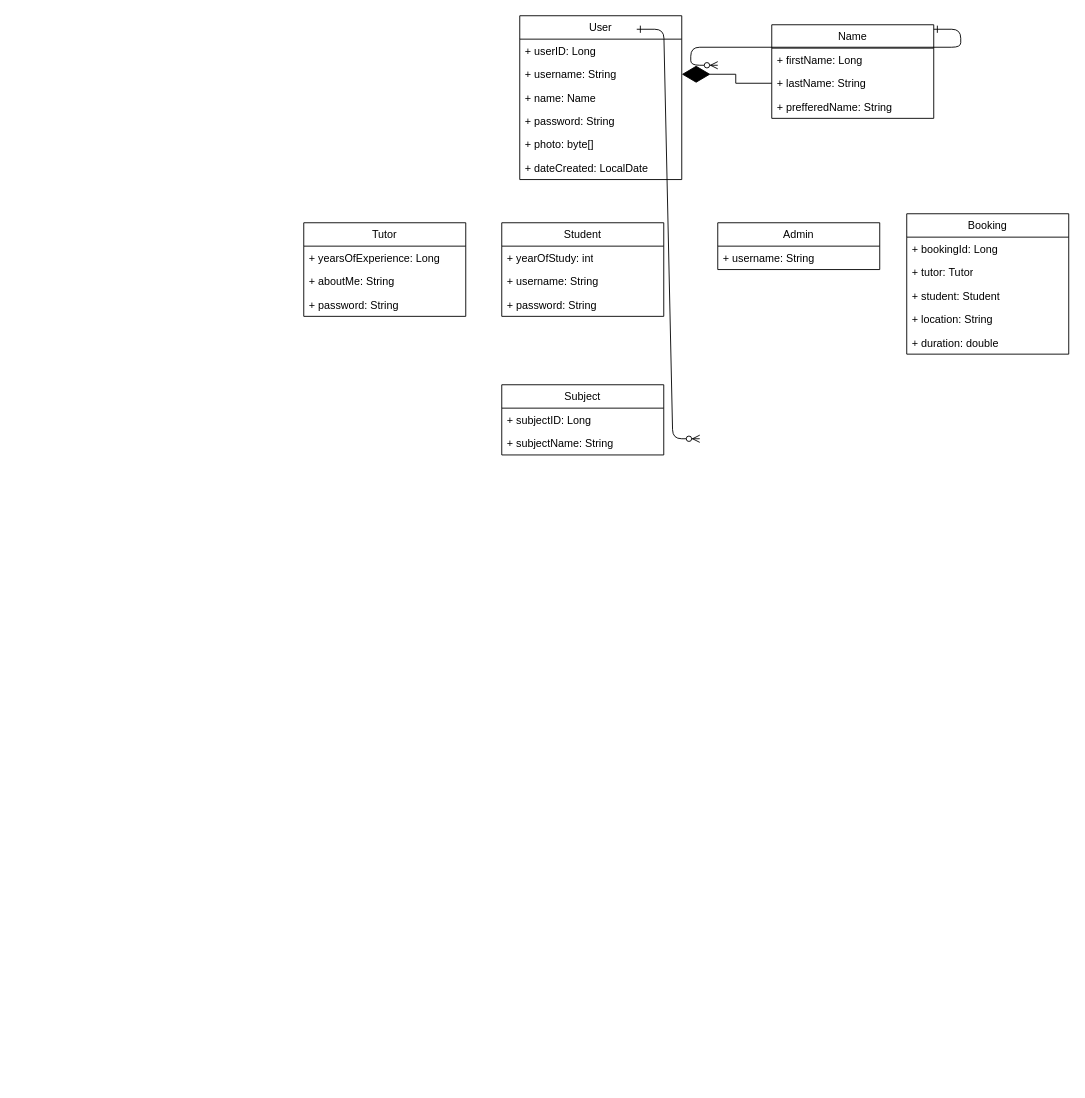
The draw.io diagram Untitled Diagram.drawio in 20Mphumzi16/TutorScheduleApplication, before the edit. Source tidied: cells renumbered, new cells numbered last; positions are measured from the earlier drawing's top-left corner, leaving out a move shared by most shapes. Both pictures are drawn from the tidied source at 90%, with x=0, y=0 at pixel (303, 15).
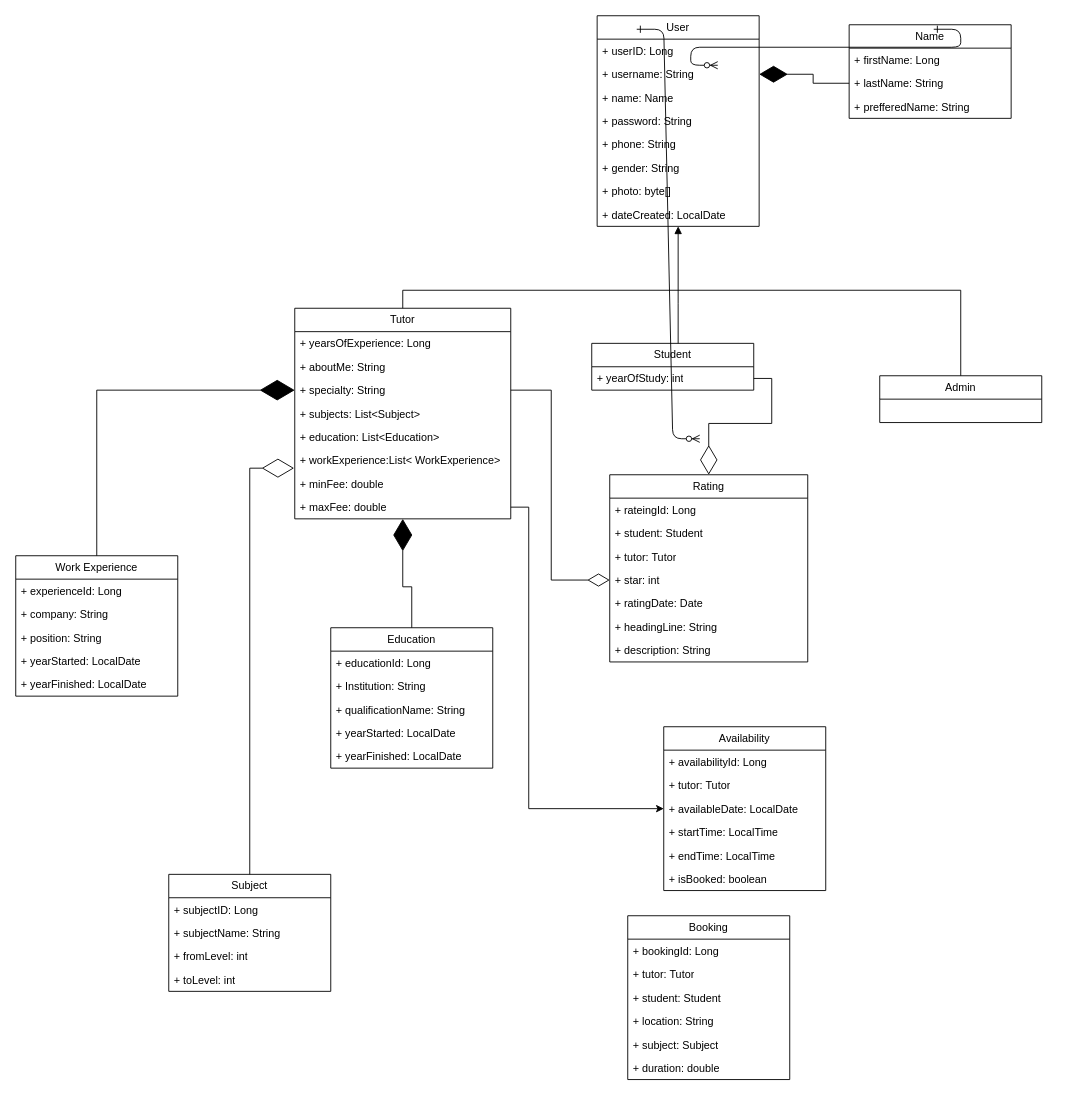
The same diagram, later.

Unchanged cells that the change refers to:
```xml
<mxCell id="13" value="+ yearOfStudy: int" style="text;strokeColor=none;fillColor=none;align=left;verticalAlign=top;spacingLeft=4;spacingRight=4;overflow=hidden;points=[[0,0.5],[1,0.5]];portConstraint=eastwest;whiteSpace=wrap;html=1;" parent="12" vertex="1">
  <mxGeometry y="26" width="180" height="26" as="geometry" />
</mxCell>
```

What changed in the source:
```diff
@@
+    <mxCell id="36" style="edgeStyle=orthogonalEdgeStyle;rounded=0;jettySize=auto;html=1;endArrow=none;startFill=1;startArrow=block;" parent="1" edge="1" source="5" target="12">
+      <mxGeometry relative="1" as="geometry">
+        <Array as="points">
+          <mxPoint x="416" y="320" />
+          <mxPoint x="416" y="320" />
+        </Array>
+      </mxGeometry>
+    </mxCell>
     <mxCell id="5" value="User" style="swimlane;fontStyle=0;horizontal=1;startSize=26;fillColor=none;whiteSpace=wrap;html=1;" parent="1" vertex="1">
-      <mxGeometry x="240" width="180" height="182" as="geometry" />
+      <mxGeometry x="326" width="180" height="234" as="geometry" />
     </mxCell>
@@
+    <mxCell id="37" value="+ phone: String" style="text;strokeColor=none;fillColor=none;align=left;verticalAlign=top;spacingLeft=4;spacingRight=4;overflow=hidden;whiteSpace=wrap;html=1;" parent="5" vertex="1">
+      <mxGeometry y="130" width="180" height="26" as="geometry" />
+    </mxCell>
+    <mxCell id="38" value="+ gender: String" style="text;strokeColor=none;fillColor=none;align=left;verticalAlign=top;spacingLeft=4;spacingRight=4;overflow=hidden;whiteSpace=wrap;html=1;" parent="5" vertex="1">
+      <mxGeometry y="156" width="180" height="26" as="geometry" />
+    </mxCell>
     <mxCell id="10" value="+ photo: byte[]" style="text;strokeColor=none;fillColor=none;align=left;verticalAlign=top;spacingLeft=4;spacingRight=4;overflow=hidden;whiteSpace=wrap;html=1;" parent="5" vertex="1">
-      <mxGeometry y="130" width="180" height="26" as="geometry" />
+      <mxGeometry y="182" width="180" height="26" as="geometry" />
     </mxCell>
     <mxCell id="11" value="+ dateCreated: LocalDate" style="text;strokeColor=none;fillColor=none;align=left;verticalAlign=top;spacingLeft=4;spacingRight=4;overflow=hidden;whiteSpace=wrap;html=1;" parent="5" vertex="1">
-      <mxGeometry y="156" width="180" height="26" as="geometry" />
+      <mxGeometry y="208" width="180" height="26" as="geometry" />
     </mxCell>
     <mxCell id="12" value="Student" style="swimlane;fontStyle=0;horizontal=1;startSize=26;fillColor=none;whiteSpace=wrap;html=1;" parent="1" vertex="1">
-      <mxGeometry x="220" y="230" width="180" height="104" as="geometry" />
+      <mxGeometry x="320" y="364" width="180" height="52" as="geometry" />
     </mxCell>
@@
-    <mxCell id="14" value="+ username: String" style="text;strokeColor=none;fillColor=none;align=left;verticalAlign=top;spacingLeft=4;spacingRight=4;overflow=hidden;whiteSpace=wrap;html=1;" parent="12" vertex="1">
-      <mxGeometry y="52" width="180" height="26" as="geometry" />
-    </mxCell>
-    <mxCell id="15" value="+ password: String" style="text;strokeColor=none;fillColor=none;align=left;verticalAlign=top;spacingLeft=4;spacingRight=4;overflow=hidden;whiteSpace=wrap;html=1;" parent="12" vertex="1">
-      <mxGeometry y="78" width="180" height="26" as="geometry" />
-    </mxCell>
     <mxCell id="16" value="Admin" style="swimlane;fontStyle=0;horizontal=1;startSize=26;fillColor=none;whiteSpace=wrap;html=1;" parent="1" vertex="1">
-      <mxGeometry x="460" y="230" width="180" height="52" as="geometry" />
+      <mxGeometry x="640" y="400" width="180" height="52" as="geometry" />
     </mxCell>
-    <mxCell id="17" value="+ username: String" style="text;strokeColor=none;fillColor=none;align=left;verticalAlign=top;spacingLeft=4;spacingRight=4;overflow=hidden;whiteSpace=wrap;html=1;" parent="16" vertex="1">
-      <mxGeometry y="26" width="180" height="26" as="geometry" />
-    </mxCell>
+    <mxCell id="39" style="edgeStyle=orthogonalEdgeStyle;rounded=0;jettySize=auto;html=1;entryX=0.5;entryY=0;entryDx=0;entryDy=0;endArrow=none;startFill=1;startArrow=diamondThin;targetPerimeterSpacing=8;sourcePerimeterSpacing=0;startSize=33;" parent="1" edge="1" source="18" target="50">
+      <mxGeometry relative="1" as="geometry" />
+    </mxCell>
+    <mxCell id="40" style="edgeStyle=orthogonalEdgeStyle;rounded=0;jettySize=auto;html=1;exitX=0.5;exitY=0;exitDx=0;exitDy=0;entryX=0.5;entryY=0;entryDx=0;entryDy=0;endArrow=none;startFill=0;" parent="1" edge="1" source="18" target="16">
+      <mxGeometry relative="1" as="geometry" />
+    </mxCell>
     <mxCell id="18" value="Tutor" style="swimlane;fontStyle=0;horizontal=1;startSize=26;fillColor=none;whiteSpace=wrap;html=1;" parent="1" vertex="1">
-      <mxGeometry y="230" width="180" height="104" as="geometry" />
+      <mxGeometry x="-10" y="325" width="240" height="234" as="geometry" />
     </mxCell>
     <mxCell id="19" value="+ yearsOfExperience: Long" style="text;strokeColor=none;fillColor=none;align=left;verticalAlign=top;spacingLeft=4;spacingRight=4;overflow=hidden;whiteSpace=wrap;html=1;" parent="18" vertex="1">
-      <mxGeometry y="26" width="180" height="26" as="geometry" />
+      <mxGeometry y="26" width="240" height="26" as="geometry" />
     </mxCell>
     <mxCell id="20" value="+ aboutMe: String" style="text;strokeColor=none;fillColor=none;align=left;verticalAlign=top;spacingLeft=4;spacingRight=4;overflow=hidden;whiteSpace=wrap;html=1;" parent="18" vertex="1">
-      <mxGeometry y="52" width="180" height="26" as="geometry" />
+      <mxGeometry y="52" width="240" height="26" as="geometry" />
     </mxCell>
-    <mxCell id="21" value="+ password: String" style="text;strokeColor=none;fillColor=none;align=left;verticalAlign=top;spacingLeft=4;spacingRight=4;overflow=hidden;whiteSpace=wrap;html=1;" parent="18" vertex="1">
-      <mxGeometry y="78" width="180" height="26" as="geometry" />
-    </mxCell>
+    <mxCell id="41" value="+ specialty: String" style="text;strokeColor=none;fillColor=none;align=left;verticalAlign=top;spacingLeft=4;spacingRight=4;overflow=hidden;points=[[0,0.5],[1,0.5]];portConstraint=eastwest;whiteSpace=wrap;html=1;" parent="18" vertex="1">
+      <mxGeometry y="78" width="240" height="26" as="geometry" />
+    </mxCell>
+    <mxCell id="42" value="+ subjects: List&amp;lt;Subject&amp;gt;" style="text;strokeColor=none;fillColor=none;align=left;verticalAlign=top;spacingLeft=4;spacingRight=4;overflow=hidden;whiteSpace=wrap;html=1;" parent="18" vertex="1">
+      <mxGeometry y="104" width="240" height="26" as="geometry" />
+    </mxCell>
+    <mxCell id="43" value="+ education: List&amp;lt;Education&amp;gt;" style="text;strokeColor=none;fillColor=none;align=left;verticalAlign=top;spacingLeft=4;spacingRight=4;overflow=hidden;whiteSpace=wrap;html=1;" parent="18" vertex="1">
+      <mxGeometry y="130" width="240" height="26" as="geometry" />
+    </mxCell>
+    <mxCell id="44" value="+ workExperience:List&amp;lt; WorkExperience&amp;gt;" style="text;strokeColor=none;fillColor=none;align=left;verticalAlign=top;spacingLeft=4;spacingRight=4;overflow=hidden;whiteSpace=wrap;html=1;" parent="18" vertex="1">
+      <mxGeometry y="156" width="240" height="26" as="geometry" />
+    </mxCell>
+    <mxCell id="45" value="+ minFee: double" style="text;strokeColor=none;fillColor=none;align=left;verticalAlign=top;spacingLeft=4;spacingRight=4;overflow=hidden;points=[[0,0.5],[1,0.5]];portConstraint=eastwest;whiteSpace=wrap;html=1;" parent="18" vertex="1">
+      <mxGeometry y="182" width="240" height="26" as="geometry" />
+    </mxCell>
+    <mxCell id="46" value="+ maxFee: double" style="text;strokeColor=none;fillColor=none;align=left;verticalAlign=top;spacingLeft=4;spacingRight=4;overflow=hidden;points=[[0,0.5],[1,0.5]];portConstraint=eastwest;whiteSpace=wrap;html=1;" parent="18" vertex="1">
+      <mxGeometry y="208" width="240" height="26" as="geometry" />
+    </mxCell>
     <mxCell id="22" value="Subject" style="swimlane;fontStyle=0;horizontal=1;startSize=26;fillColor=none;whiteSpace=wrap;html=1;" parent="1" vertex="1">
-      <mxGeometry x="220" y="410" width="180" height="78" as="geometry" />
+      <mxGeometry x="-150" y="954" width="180" height="130" as="geometry" />
     </mxCell>
@@
+    <mxCell id="47" value="+ fromLevel: int" style="text;strokeColor=none;fillColor=none;align=left;verticalAlign=top;spacingLeft=4;spacingRight=4;overflow=hidden;whiteSpace=wrap;html=1;" parent="22" vertex="1">
+      <mxGeometry y="78" width="180" height="26" as="geometry" />
+    </mxCell>
+    <mxCell id="48" value="+ toLevel: int" style="text;strokeColor=none;fillColor=none;align=left;verticalAlign=top;spacingLeft=4;spacingRight=4;overflow=hidden;whiteSpace=wrap;html=1;" parent="22" vertex="1">
+      <mxGeometry y="104" width="180" height="26" as="geometry" />
+    </mxCell>
     <mxCell id="25" value="Name" style="swimlane;fontStyle=0;horizontal=1;startSize=26;fillColor=none;whiteSpace=wrap;html=1;" parent="1" vertex="1">
-      <mxGeometry x="520" y="10" width="180" height="104" as="geometry" />
+      <mxGeometry x="606" y="10" width="180" height="104" as="geometry" />
     </mxCell>
@@
     <mxCell id="30" value="Booking" style="swimlane;fontStyle=0;horizontal=1;startSize=26;fillColor=none;whiteSpace=wrap;html=1;" parent="1" vertex="1">
-      <mxGeometry x="670" y="220" width="180" height="156" as="geometry" />
+      <mxGeometry x="360" y="1000" width="180" height="182" as="geometry" />
     </mxCell>
@@
+    <mxCell id="49" value="+ subject: Subject" style="text;strokeColor=none;fillColor=none;align=left;verticalAlign=top;spacingLeft=4;spacingRight=4;overflow=hidden;whiteSpace=wrap;html=1;" parent="30" vertex="1">
+      <mxGeometry y="130" width="180" height="26" as="geometry" />
+    </mxCell>
     <mxCell id="35" value="+ duration: double" style="text;strokeColor=none;fillColor=none;align=left;verticalAlign=top;spacingLeft=4;spacingRight=4;overflow=hidden;whiteSpace=wrap;html=1;" parent="30" vertex="1">
-      <mxGeometry y="130" width="180" height="26" as="geometry" />
+      <mxGeometry y="156" width="180" height="26" as="geometry" />
     </mxCell>
+    <mxCell id="50" value="Education" style="swimlane;fontStyle=0;horizontal=1;startSize=26;fillColor=none;whiteSpace=wrap;html=1;" parent="1" vertex="1">
+      <mxGeometry x="30" y="680" width="180" height="156" as="geometry" />
+    </mxCell>
+    <mxCell id="51" value="+ educationId: Long" style="text;strokeColor=none;fillColor=none;align=left;verticalAlign=top;spacingLeft=4;spacingRight=4;overflow=hidden;whiteSpace=wrap;html=1;" parent="50" vertex="1">
+      <mxGeometry y="26" width="180" height="26" as="geometry" />
+    </mxCell>
+    <mxCell id="52" value="+ Institution: String" style="text;strokeColor=none;fillColor=none;align=left;verticalAlign=top;spacingLeft=4;spacingRight=4;overflow=hidden;whiteSpace=wrap;html=1;" parent="50" vertex="1">
+      <mxGeometry y="52" width="180" height="26" as="geometry" />
+    </mxCell>
+    <mxCell id="53" value="+ qualificationName: String" style="text;strokeColor=none;fillColor=none;align=left;verticalAlign=top;spacingLeft=4;spacingRight=4;overflow=hidden;whiteSpace=wrap;html=1;" parent="50" vertex="1">
+      <mxGeometry y="78" width="180" height="26" as="geometry" />
+    </mxCell>
+    <mxCell id="54" value="+ yearStarted: LocalDate" style="text;strokeColor=none;fillColor=none;align=left;verticalAlign=top;spacingLeft=4;spacingRight=4;overflow=hidden;whiteSpace=wrap;html=1;" parent="50" vertex="1">
+      <mxGeometry y="104" width="180" height="26" as="geometry" />
+    </mxCell>
+    <mxCell id="55" value="+ yearFinished: LocalDate" style="text;strokeColor=none;fillColor=none;align=left;verticalAlign=top;spacingLeft=4;spacingRight=4;overflow=hidden;whiteSpace=wrap;html=1;" parent="50" vertex="1">
+      <mxGeometry y="130" width="180" height="26" as="geometry" />
+    </mxCell>
+    <mxCell id="56" value="Availability" style="swimlane;fontStyle=0;horizontal=1;startSize=26;fillColor=none;whiteSpace=wrap;html=1;" parent="1" vertex="1">
+      <mxGeometry x="400" y="790" width="180" height="182" as="geometry" />
+    </mxCell>
+    <mxCell id="57" value="+ availabilityId: Long" style="text;strokeColor=none;fillColor=none;align=left;verticalAlign=top;spacingLeft=4;spacingRight=4;overflow=hidden;whiteSpace=wrap;html=1;" parent="56" vertex="1">
+      <mxGeometry y="26" width="180" height="26" as="geometry" />
+    </mxCell>
+    <mxCell id="58" value="+ tutor: Tutor" style="text;strokeColor=none;fillColor=none;align=left;verticalAlign=top;spacingLeft=4;spacingRight=4;overflow=hidden;whiteSpace=wrap;html=1;" parent="56" vertex="1">
+      <mxGeometry y="52" width="180" height="26" as="geometry" />
+    </mxCell>
+    <mxCell id="59" value="+ availableDate: LocalDate" style="text;strokeColor=none;fillColor=none;align=left;verticalAlign=top;spacingLeft=4;spacingRight=4;overflow=hidden;whiteSpace=wrap;html=1;" parent="56" vertex="1">
+      <mxGeometry y="78" width="180" height="26" as="geometry" />
+    </mxCell>
+    <mxCell id="60" value="+ startTime: LocalTime" style="text;strokeColor=none;fillColor=none;align=left;verticalAlign=top;spacingLeft=4;spacingRight=4;overflow=hidden;whiteSpace=wrap;html=1;" parent="56" vertex="1">
+      <mxGeometry y="104" width="180" height="26" as="geometry" />
+    </mxCell>
+    <mxCell id="61" value="+ endTime: LocalTime" style="text;strokeColor=none;fillColor=none;align=left;verticalAlign=top;spacingLeft=4;spacingRight=4;overflow=hidden;whiteSpace=wrap;html=1;" parent="56" vertex="1">
+      <mxGeometry y="130" width="180" height="26" as="geometry" />
+    </mxCell>
+    <mxCell id="62" value="+ isBooked: boolean" style="text;strokeColor=none;fillColor=none;align=left;verticalAlign=top;spacingLeft=4;spacingRight=4;overflow=hidden;whiteSpace=wrap;html=1;" parent="56" vertex="1">
+      <mxGeometry y="156" width="180" height="26" as="geometry" />
+    </mxCell>
+    <mxCell id="63" style="edgeStyle=orthogonalEdgeStyle;rounded=0;jettySize=auto;html=1;entryX=0;entryY=0.5;entryDx=0;entryDy=0;endArrow=diamondThin;endFill=1;startSize=6;endSize=36;" parent="1" edge="1" source="64" target="41">
+      <mxGeometry relative="1" as="geometry" />
+    </mxCell>
+    <mxCell id="64" value="Work Experience" style="swimlane;fontStyle=0;horizontal=1;startSize=26;fillColor=none;whiteSpace=wrap;html=1;" parent="1" vertex="1">
+      <mxGeometry x="-320" y="600" width="180" height="156" as="geometry" />
+    </mxCell>
+    <mxCell id="65" value="+ experienceId: Long" style="text;strokeColor=none;fillColor=none;align=left;verticalAlign=top;spacingLeft=4;spacingRight=4;overflow=hidden;whiteSpace=wrap;html=1;" parent="64" vertex="1">
+      <mxGeometry y="26" width="180" height="26" as="geometry" />
+    </mxCell>
+    <mxCell id="66" value="+ company: String" style="text;strokeColor=none;fillColor=none;align=left;verticalAlign=top;spacingLeft=4;spacingRight=4;overflow=hidden;whiteSpace=wrap;html=1;" parent="64" vertex="1">
+      <mxGeometry y="52" width="180" height="26" as="geometry" />
+    </mxCell>
+    <mxCell id="67" value="+ position: String" style="text;strokeColor=none;fillColor=none;align=left;verticalAlign=top;spacingLeft=4;spacingRight=4;overflow=hidden;whiteSpace=wrap;html=1;" parent="64" vertex="1">
+      <mxGeometry y="78" width="180" height="26" as="geometry" />
+    </mxCell>
+    <mxCell id="68" value="+ yearStarted: LocalDate" style="text;strokeColor=none;fillColor=none;align=left;verticalAlign=top;spacingLeft=4;spacingRight=4;overflow=hidden;whiteSpace=wrap;html=1;" parent="64" vertex="1">
+      <mxGeometry y="104" width="180" height="26" as="geometry" />
+    </mxCell>
+    <mxCell id="69" value="+ yearFinished: LocalDate" style="text;strokeColor=none;fillColor=none;align=left;verticalAlign=top;spacingLeft=4;spacingRight=4;overflow=hidden;whiteSpace=wrap;html=1;" parent="64" vertex="1">
+      <mxGeometry y="130" width="180" height="26" as="geometry" />
+    </mxCell>
+    <mxCell id="70" value="Rating" style="swimlane;fontStyle=0;horizontal=1;startSize=26;fillColor=none;whiteSpace=wrap;html=1;" parent="1" vertex="1">
+      <mxGeometry x="340" y="510" width="220" height="208" as="geometry" />
+    </mxCell>
+    <mxCell id="71" value="+ rateingId: Long" style="text;strokeColor=none;fillColor=none;align=left;verticalAlign=top;spacingLeft=4;spacingRight=4;overflow=hidden;whiteSpace=wrap;html=1;" parent="70" vertex="1">
+      <mxGeometry y="26" width="220" height="26" as="geometry" />
+    </mxCell>
+    <mxCell id="72" value="+ student: Student" style="text;strokeColor=none;fillColor=none;align=left;verticalAlign=top;spacingLeft=4;spacingRight=4;overflow=hidden;whiteSpace=wrap;html=1;" parent="70" vertex="1">
+      <mxGeometry y="52" width="220" height="26" as="geometry" />
+    </mxCell>
+    <mxCell id="73" value="+ tutor: Tutor" style="text;strokeColor=none;fillColor=none;align=left;verticalAlign=top;spacingLeft=4;spacingRight=4;overflow=hidden;whiteSpace=wrap;html=1;" parent="70" vertex="1">
+      <mxGeometry y="78" width="220" height="26" as="geometry" />
+    </mxCell>
+    <mxCell id="74" value="+ star: int" style="text;strokeColor=none;fillColor=none;align=left;verticalAlign=top;spacingLeft=4;spacingRight=4;overflow=hidden;points=[[0,0.5],[1,0.5]];portConstraint=eastwest;whiteSpace=wrap;html=1;" parent="70" vertex="1">
+      <mxGeometry y="104" width="220" height="26" as="geometry" />
+    </mxCell>
+    <mxCell id="75" value="+ ratingDate: Date" style="text;strokeColor=none;fillColor=none;align=left;verticalAlign=top;spacingLeft=4;spacingRight=4;overflow=hidden;whiteSpace=wrap;html=1;" parent="70" vertex="1">
+      <mxGeometry y="130" width="220" height="26" as="geometry" />
+    </mxCell>
+    <mxCell id="76" value="+ headingLine: String" style="text;strokeColor=none;fillColor=none;align=left;verticalAlign=top;spacingLeft=4;spacingRight=4;overflow=hidden;whiteSpace=wrap;html=1;" parent="70" vertex="1">
+      <mxGeometry y="156" width="220" height="26" as="geometry" />
+    </mxCell>
+    <mxCell id="77" value="+ description: String" style="text;strokeColor=none;fillColor=none;align=left;verticalAlign=top;spacingLeft=4;spacingRight=4;overflow=hidden;whiteSpace=wrap;html=1;" parent="70" vertex="1">
+      <mxGeometry y="182" width="220" height="26" as="geometry" />
+    </mxCell>
+    <mxCell id="78" style="edgeStyle=orthogonalEdgeStyle;rounded=0;jettySize=auto;html=1;entryX=-0.003;entryY=-0.167;entryDx=0;entryDy=0;entryPerimeter=0;endArrow=diamondThin;endFill=0;startSize=6;endSize=33;" parent="1" edge="1" source="22" target="45">
+      <mxGeometry relative="1" as="geometry" />
+    </mxCell>
+    <mxCell id="79" style="edgeStyle=orthogonalEdgeStyle;rounded=0;jettySize=auto;html=1;endSize=22;endArrow=diamondThin;endFill=0;" parent="1" edge="1" source="41" target="74">
+      <mxGeometry relative="1" as="geometry" />
+    </mxCell>
+    <mxCell id="80" style="edgeStyle=orthogonalEdgeStyle;rounded=0;jettySize=auto;html=1;entryX=0.5;entryY=0;entryDx=0;entryDy=0;endArrow=diamondThin;endFill=0;endSize=30;" parent="1" edge="1" source="13" target="70">
+      <mxGeometry relative="1" as="geometry" />
+    </mxCell>
+    <mxCell id="81" style="edgeStyle=orthogonalEdgeStyle;rounded=0;jettySize=auto;html=1;exitX=1;exitY=0.5;exitDx=0;exitDy=0;entryX=0;entryY=0.5;entryDx=0;entryDy=0;" parent="1" edge="1" source="46" target="56">
+      <mxGeometry relative="1" as="geometry">
+        <Array as="points">
+          <mxPoint x="250" y="546" />
+          <mxPoint x="250" y="881" />
+        </Array>
+      </mxGeometry>
+    </mxCell>
```
